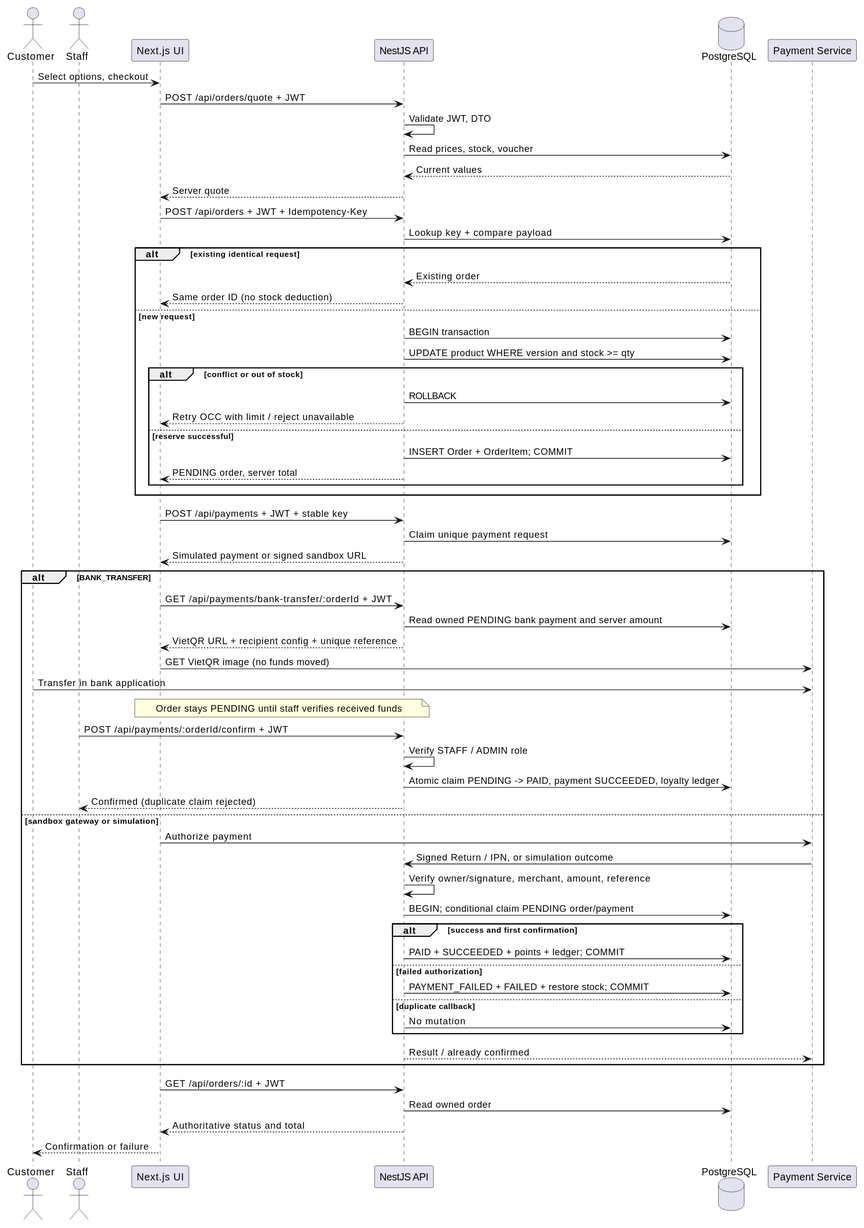
https-monstiez/BrewLite-AS2 keeps this PlantUML diagram as docs/diagrams/sequence-checkout.svg. Above is the earlier version.
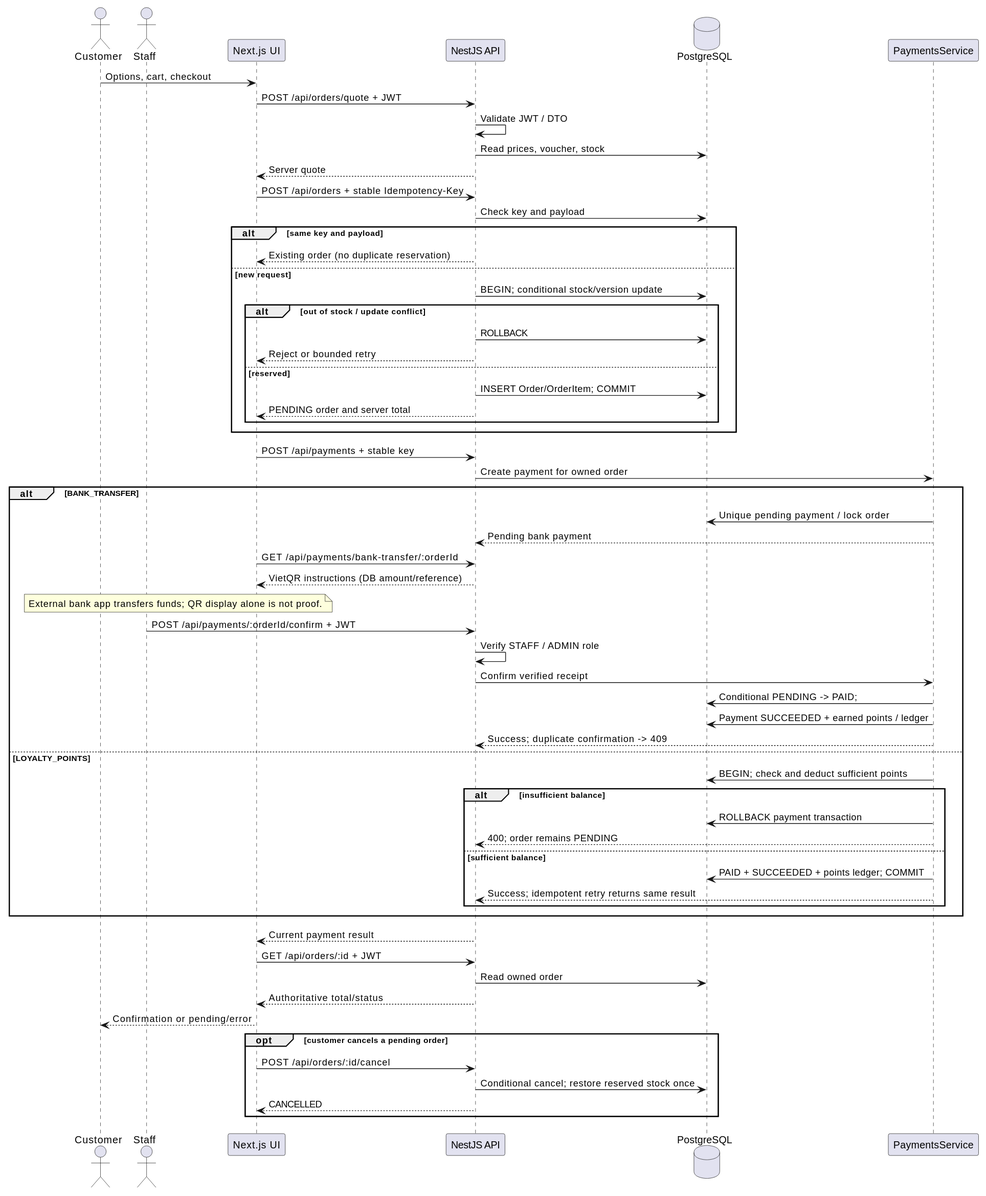
Later version of the same file.

What changed in the source:
```diff
@@ -7,59 +7,58 @@
 participant "Next.js UI" as UI
 participant "NestJS API" as API
 database PostgreSQL as DB
-participant "Payment Service" as PSP
-Customer -> UI : Select options, checkout
+participant "PaymentsService" as Payment
+Customer -> UI : Options, cart, checkout
 UI -> API : POST /api/orders/quote + JWT
-API -> API : Validate JWT, DTO
-API -> DB : Read prices, stock, voucher
-DB --> API : Current values
+API -> API : Validate JWT / DTO
+API -> DB : Read prices, voucher, stock
 API --> UI : Server quote
-UI -> API : POST /api/orders + JWT + Idempotency-Key
-API -> DB : Lookup key + compare payload
-alt existing identical request
- DB --> API : Existing order
- API --> UI : Same order ID (no stock deduction)
+UI -> API : POST /api/orders + stable Idempotency-Key
+API -> DB : Check key and payload
+alt same key and payload
+ API --> UI : Existing order (no duplicate reservation)
 else new request
- API -> DB : BEGIN transaction
- API -> DB : UPDATE product WHERE version and stock >= qty
- alt conflict or out of stock
+ API -> DB : BEGIN; conditional stock/version update
+ alt out of stock / update conflict
   API -> DB : ROLLBACK
-  API --> UI : Retry OCC with limit / reject unavailable
- else reserve successful
-  API -> DB : INSERT Order + OrderItem; COMMIT
-  API --> UI : PENDING order, server total
+  API --> UI : Reject or bounded retry
+ else reserved
+  API -> DB : INSERT Order/OrderItem; COMMIT
+  API --> UI : PENDING order and server total
  end
 end
-UI -> API : POST /api/payments + JWT + stable key
-API -> DB : Claim unique payment request
-API --> UI : Simulated payment or signed sandbox URL
+UI -> API : POST /api/payments + stable key
+API -> Payment : Create payment for owned order
 alt BANK_TRANSFER
- UI -> API : GET /api/payments/bank-transfer/:orderId + JWT
- API -> DB : Read owned PENDING bank payment and server amount
- API --> UI : VietQR URL + recipient config + unique reference
- UI -> PSP : GET VietQR image (no funds moved)
- Customer -> PSP : Transfer in bank application
- note over UI,API : Order stays PENDING until staff verifies received funds
+ Payment -> DB : Unique pending payment / lock order
+ Payment --> API : Pending bank payment
+ UI -> API : GET /api/payments/bank-transfer/:orderId
+ API --> UI : VietQR instructions (DB amount/reference)
+ note over Customer,UI : External bank app transfers funds; QR display alone is not proof.
  Staff -> API : POST /api/payments/:orderId/confirm + JWT
  API -> API : Verify STAFF / ADMIN role
- API -> DB : Atomic claim PENDING -> PAID, payment SUCCEEDED, loyalty ledger
- API --> Staff : Confirmed (duplicate claim rejected)
-else sandbox gateway or simulation
-UI -> PSP : Authorize payment
-PSP -> API : Signed Return / IPN, or simulation outcome
-API -> API : Verify owner/signature, merchant, amount, reference
-API -> DB : BEGIN; conditional claim PENDING order/payment
-alt success and first confirmation
- API -> DB : PAID + SUCCEEDED + points + ledger; COMMIT
-else failed authorization
- API -> DB : PAYMENT_FAILED + FAILED + restore stock; COMMIT
-else duplicate callback
- API -> DB : No mutation
+ API -> Payment : Confirm verified receipt
+ Payment -> DB : Conditional PENDING -> PAID;
+ Payment -> DB : Payment SUCCEEDED + earned points / ledger
+ Payment --> API : Success; duplicate confirmation -> 409
+else LOYALTY_POINTS
+ Payment -> DB : BEGIN; check and deduct sufficient points
+ alt insufficient balance
+  Payment -> DB : ROLLBACK payment transaction
+  Payment --> API : 400; order remains PENDING
+ else sufficient balance
+  Payment -> DB : PAID + SUCCEEDED + points ledger; COMMIT
+  Payment --> API : Success; idempotent retry returns same result
+ end
 end
-API --> PSP : Result / already confirmed
-end
+API --> UI : Current payment result
 UI -> API : GET /api/orders/:id + JWT
 API -> DB : Read owned order
-API --> UI : Authoritative status and total
-UI --> Customer : Confirmation or failure
+API --> UI : Authoritative total/status
+UI --> Customer : Confirmation or pending/error
+opt customer cancels a pending order
+ UI -> API : POST /api/orders/:id/cancel
+ API -> DB : Conditional cancel; restore reserved stock once
+ API --> UI : CANCELLED
+end
 @enduml
```
